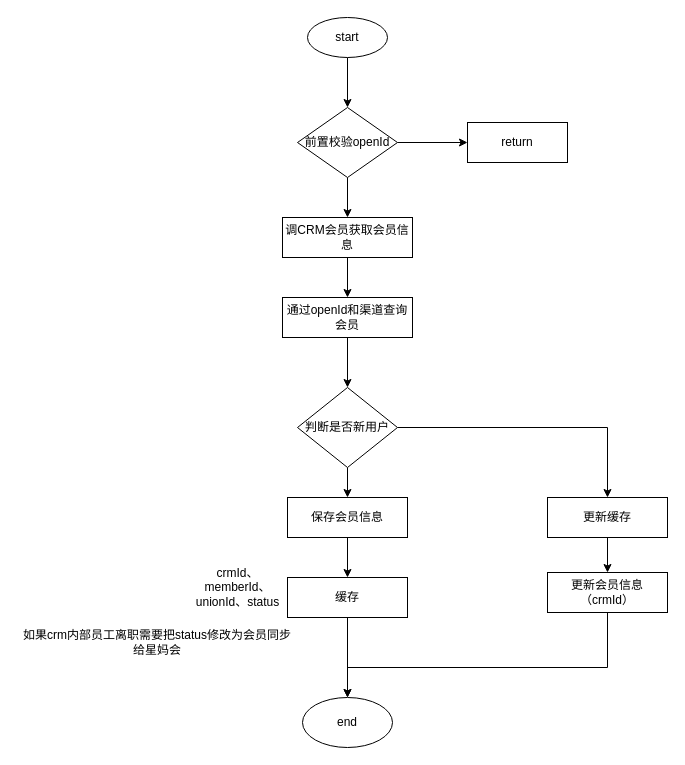
The draw.io diagram login.drawio in FocusZhouGD/drawprogram, before the edit. Source tidied: cells renumbered, new cells numbered last; positions are measured from the earlier drawing's top-left corner, leaving out a move shared by most shapes. Both pictures are drawn from the tidied source at 100%, with x=0, y=0 at pixel (17, 17).
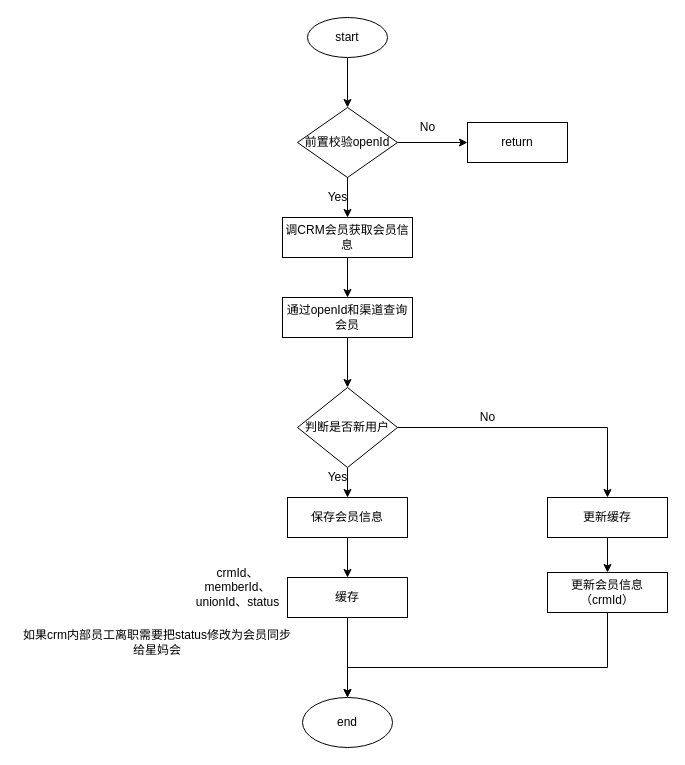
Above is the later version.

The edit, as a diff of the source:
```diff
@@
+    <mxCell id="26" value="Yes" style="text;html=1;align=center;verticalAlign=middle;strokeColor=none;" parent="1" vertex="1">
+      <mxGeometry x="300" y="170" width="40" height="20" as="geometry" />
+    </mxCell>
+    <mxCell id="27" value="No" style="text;html=1;align=center;verticalAlign=middle;strokeColor=none;" parent="1" vertex="1">
+      <mxGeometry x="395" y="100" width="30" height="20" as="geometry" />
+    </mxCell>
+    <mxCell id="28" value="Yes" style="text;html=1;align=center;verticalAlign=middle;strokeColor=none;" parent="1" vertex="1">
+      <mxGeometry x="300" y="450" width="40" height="20" as="geometry" />
+    </mxCell>
+    <mxCell id="29" value="No" style="text;html=1;align=center;verticalAlign=middle;strokeColor=none;" parent="1" vertex="1">
+      <mxGeometry x="455" y="390" width="30" height="20" as="geometry" />
+    </mxCell>
```
